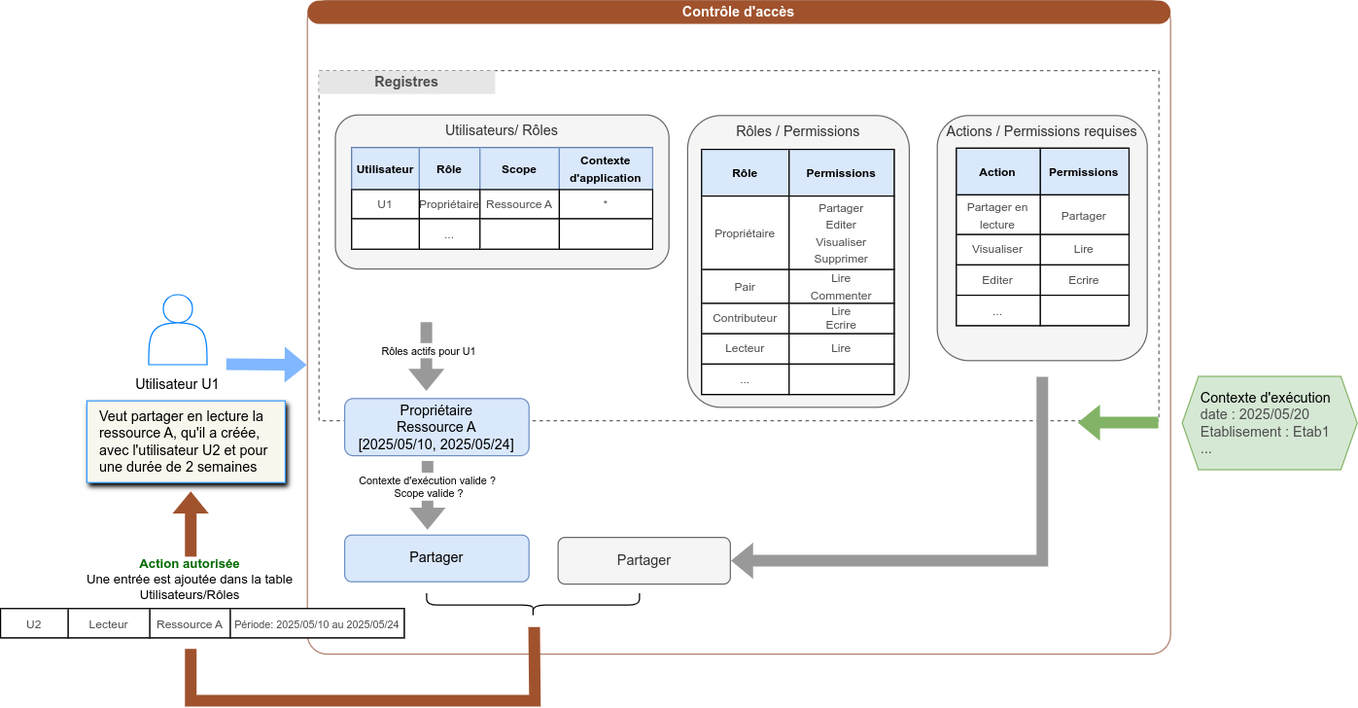
avenirs-esr/dev-doc keeps this draw.io diagram as assets/images/architecture-security-rbac-ex.png. Above is the earlier version. Source tidied: cells renumbered, new cells last; positions are measured from the earlier drawing's top-left corner, leaving out a move shared by most shapes.
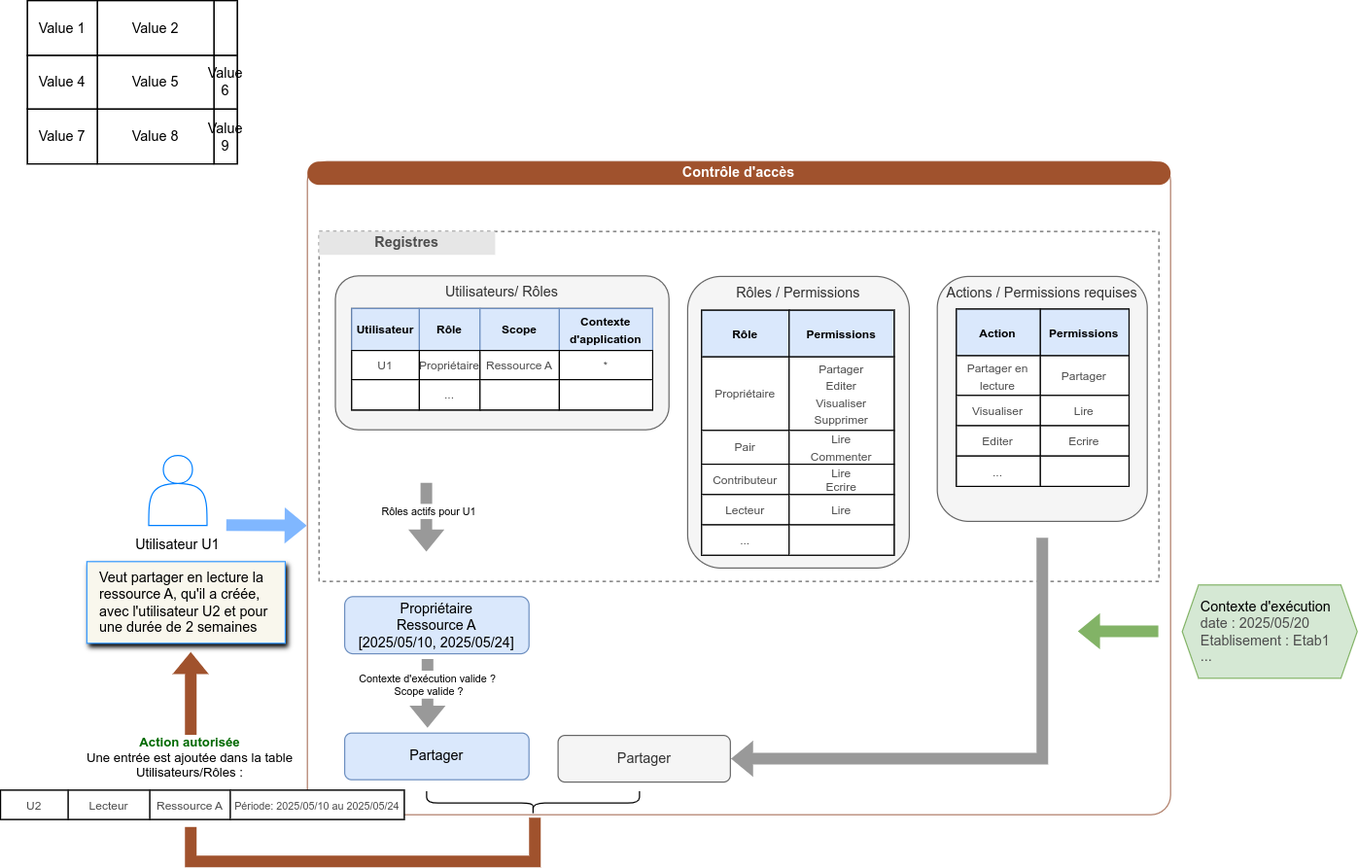
After the commit.

Commit message:
feat: start of user action list

The edit, as a diff of the source:
```diff
@@ -39,28 +39,28 @@
       <mxGeometry x="-0.2" y="1" relative="1" as="geometry" />
     </mxCell>
     <mxCell id="13" value="&lt;div style=&quot;&quot;&gt;Propriétaire&lt;br&gt;Ressource A&lt;br&gt;[2025/05/10, 2025/05/24]&lt;/div&gt;" style="rounded=1;whiteSpace=wrap;fillColor=#dae8fc;strokeColor=#6c8ebf;html=1;verticalAlign=middle;align=center;" parent="6" vertex="1">
-      <mxGeometry x="32" y="321" width="158" height="49" as="geometry" />
+      <mxGeometry x="32" y="353" width="158" height="49" as="geometry" />
     </mxCell>
     <mxCell id="14" value="&lt;div style=&quot;&quot;&gt;&lt;span style=&quot;background-color: initial;&quot;&gt;Partager&lt;/span&gt;&lt;br&gt;&lt;/div&gt;" style="rounded=1;whiteSpace=wrap;fillColor=#dae8fc;strokeColor=#6c8ebf;html=1;verticalAlign=middle;align=center;" parent="6" vertex="1">
-      <mxGeometry x="32" y="438" width="158" height="40" as="geometry" />
+      <mxGeometry x="32" y="470" width="158" height="40" as="geometry" />
     </mxCell>
     <mxCell id="15" style="shape=flexArrow;endArrow=classic;html=1;rounded=0;entryX=1;entryY=0.5;entryDx=0;entryDy=0;fillColor=#999999;strokeColor=none;" parent="6" edge="1" target="16">
       <mxGeometry relative="1" as="geometry">
         <mxPoint x="630" y="302" as="sourcePoint" />
         <Array as="points">
-          <mxPoint x="630" y="460" />
+          <mxPoint x="630" y="492" />
         </Array>
       </mxGeometry>
     </mxCell>
     <mxCell id="16" value="&lt;div style=&quot;&quot;&gt;&lt;span style=&quot;background-color: initial;&quot;&gt;Partager&lt;/span&gt;&lt;br&gt;&lt;/div&gt;" style="rounded=1;whiteSpace=wrap;fillColor=#f5f5f5;strokeColor=#666666;html=1;verticalAlign=middle;align=center;fontColor=#333333;" parent="6" vertex="1">
-      <mxGeometry x="214.9" y="440" width="147.7" height="40" as="geometry" />
+      <mxGeometry x="214.9" y="472" width="147.7" height="40" as="geometry" />
     </mxCell>
     <mxCell id="17" style="shape=curlyBracket;whiteSpace=wrap;html=1;rounded=1;flipH=1;labelPosition=right;verticalLabelPosition=middle;align=left;verticalAlign=middle;rotation=90;" parent="6" vertex="1">
-      <mxGeometry x="183.4" y="406.8" width="20" height="182.5" as="geometry" />
+      <mxGeometry x="183.4" y="438.8" width="20" height="182.5" as="geometry" />
     </mxCell>
     <mxCell id="18" style="shape=flexArrow;endArrow=classic;html=1;rounded=0;fillColor=#A0522D;strokeColor=none;" parent="6" edge="1">
       <mxGeometry relative="1" as="geometry">
-        <mxPoint x="194.5" y="516.2" as="sourcePoint" />
+        <mxPoint x="195" y="542" as="sourcePoint" />
         <mxPoint x="-100" y="400" as="targetPoint" />
         <Array as="points">
           <mxPoint x="195" y="580" />
@@ -68,9 +68,9 @@
         </Array>
       </mxGeometry>
     </mxCell>
-    <mxCell id="19" value="&lt;b&gt;&lt;font color=&quot;#006900&quot;&gt;Action autorisée&lt;/font&gt;&lt;/b&gt;&lt;br&gt;Une entrée est ajoutée dans la table &lt;br&gt;Utilisateurs/Rôles&lt;div&gt;&lt;br&gt;&lt;/div&gt;&lt;div&gt;&lt;br&gt;&lt;/div&gt;&lt;div&gt;&lt;br&gt;&lt;/div&gt;" style="edgeLabel;html=1;align=center;verticalAlign=middle;" parent="18" vertex="1">
+    <mxCell id="19" value="&lt;b&gt;&lt;font color=&quot;#006900&quot;&gt;Action autorisée&lt;/font&gt;&lt;/b&gt;&lt;br&gt;Une entrée est ajoutée dans la table &lt;br&gt;Utilisateurs/Rôles :&lt;div&gt;&lt;br&gt;&lt;/div&gt;&lt;div&gt;&lt;br&gt;&lt;/div&gt;&lt;div&gt;&lt;br&gt;&lt;/div&gt;" style="edgeLabel;html=1;align=center;verticalAlign=middle;" parent="18" vertex="1">
       <mxGeometry x="0.82" y="2" relative="1" as="geometry">
-        <mxPoint y="47" as="offset" />
+        <mxPoint y="63" as="offset" />
       </mxGeometry>
     </mxCell>
     <mxCell id="20" value="Utilisateurs/ Rôles" style="rounded=1;whiteSpace=wrap;fillColor=#f5f5f5;fontColor=#333333;strokeColor=#666666;html=1;verticalAlign=top;" parent="6" vertex="1">
@@ -78,8 +78,8 @@
     </mxCell>
     <mxCell id="21" style="shape=flexArrow;endArrow=classic;html=1;rounded=0;fillColor=#999999;strokeColor=none;" parent="6" edge="1">
       <mxGeometry relative="1" as="geometry">
-        <mxPoint x="103" y="374" as="sourcePoint" />
-        <mxPoint x="103" y="434" as="targetPoint" />
+        <mxPoint x="103" y="406" as="sourcePoint" />
+        <mxPoint x="103" y="466" as="targetPoint" />
       </mxGeometry>
     </mxCell>
     <mxCell id="22" value="&lt;font style=&quot;font-size: 9px;&quot;&gt;Contexte d'exécution valide ?&amp;nbsp;&lt;/font&gt;&lt;div style=&quot;font-size: 9px;&quot;&gt;&lt;font style=&quot;font-size: 9px;&quot;&gt;Scope valide ?&lt;/font&gt;&lt;/div&gt;" style="edgeLabel;html=1;align=center;verticalAlign=middle;" parent="21" vertex="1">
@@ -261,17 +261,56 @@
         <mxPoint x="263" y="312.2" as="targetPoint" />
       </mxGeometry>
     </mxCell>
+    <mxCell id="88" style="shadow=0;fillColor=none;" parent="1" vertex="1">
+      <mxGeometry x="23" y="-138" width="180" height="140" as="geometry" />
+    </mxCell>
+    <mxCell id="89" style="shape=tableRow;horizontal=0;startSize=0;swimlaneHead=0;swimlaneBody=0;top=0;left=0;bottom=0;right=0;fontStyle=0;fillColor=none;strokeColor=inherit;" parent="88" vertex="1">
+      <mxGeometry width="180" height="47" as="geometry" />
+    </mxCell>
+    <mxCell id="90" value="Value 1" style="strokeColor=inherit;fillColor=none;align=center;whiteSpace=wrap;html=1;" parent="89" vertex="1">
+      <mxGeometry width="60" height="47" as="geometry" />
+    </mxCell>
+    <mxCell id="91" value="Value 2" style="strokeColor=inherit;fillColor=none;align=center;whiteSpace=wrap;html=1;" parent="89" vertex="1">
+      <mxGeometry x="60" width="100" height="47" as="geometry" />
+    </mxCell>
+    <mxCell id="92" style="strokeColor=inherit;fillColor=none;align=center;whiteSpace=wrap;html=1;" parent="89" vertex="1">
+      <mxGeometry x="160" width="20" height="47" as="geometry" />
+    </mxCell>
+    <mxCell id="93" style="shape=tableRow;horizontal=0;startSize=0;swimlaneHead=0;swimlaneBody=0;top=0;left=0;bottom=0;right=0;fontStyle=0;fillColor=none;strokeColor=inherit;" parent="88" vertex="1">
+      <mxGeometry y="47" width="180" height="46" as="geometry" />
+    </mxCell>
+    <mxCell id="94" value="Value 4" style="strokeColor=inherit;fillColor=none;align=center;whiteSpace=wrap;html=1;" parent="93" vertex="1">
+      <mxGeometry width="60" height="46" as="geometry" />
+    </mxCell>
+    <mxCell id="95" value="Value 5" style="strokeColor=inherit;fillColor=none;align=center;whiteSpace=wrap;html=1;" parent="93" vertex="1">
+      <mxGeometry x="60" width="100" height="46" as="geometry" />
+    </mxCell>
+    <mxCell id="96" value="Value 6" style="strokeColor=inherit;fillColor=none;align=center;whiteSpace=wrap;html=1;" parent="93" vertex="1">
+      <mxGeometry x="160" width="20" height="46" as="geometry" />
+    </mxCell>
+    <mxCell id="97" style="shape=tableRow;horizontal=0;startSize=0;swimlaneHead=0;swimlaneBody=0;top=0;left=0;bottom=0;right=0;fontStyle=0;fillColor=none;strokeColor=inherit;" parent="88" vertex="1">
+      <mxGeometry y="93" width="180" height="47" as="geometry" />
+    </mxCell>
+    <mxCell id="98" value="Value 7" style="strokeColor=inherit;fillColor=none;align=center;whiteSpace=wrap;html=1;" parent="97" vertex="1">
+      <mxGeometry width="60" height="47" as="geometry" />
+    </mxCell>
+    <mxCell id="99" value="Value 8" style="strokeColor=inherit;fillColor=none;align=center;whiteSpace=wrap;html=1;" parent="97" vertex="1">
+      <mxGeometry x="60" width="100" height="47" as="geometry" />
+    </mxCell>
+    <mxCell id="100" value="Value 9" style="strokeColor=inherit;fillColor=none;align=center;whiteSpace=wrap;html=1;" parent="97" vertex="1">
+      <mxGeometry x="160" width="20" height="47" as="geometry" />
+    </mxCell>
     <mxCell id="80" style="shape=flexArrow;endArrow=classic;html=1;rounded=0;fillColor=#82B366;strokeColor=none;" parent="1" edge="1">
       <mxGeometry relative="1" as="geometry">
-        <mxPoint x="993" y="361.7" as="sourcePoint" />
-        <mxPoint x="923" y="361.7" as="targetPoint" />
+        <mxPoint x="993" y="402.7" as="sourcePoint" />
+        <mxPoint x="923" y="402.7" as="targetPoint" />
       </mxGeometry>
     </mxCell>
     <mxCell id="81" value="Contexte d'exécution &lt;br&gt;&lt;font color=&quot;#4d4d4d&quot;&gt;date : 2025/05/20&lt;/font&gt;&lt;div&gt;&lt;font color=&quot;#4d4d4d&quot;&gt;Etablisement : Etab1&lt;br&gt;...&lt;/font&gt;&lt;/div&gt;" style="shape=hexagon;perimeter=hexagonPerimeter2;whiteSpace=wrap;html=1;fixedSize=1;fillColor=#d5e8d4;strokeColor=#82b366;size=14.000000000000227;align=left;spacingLeft=14;" parent="1" vertex="1">
-      <mxGeometry x="1013" y="322" width="150" height="80" as="geometry" />
+      <mxGeometry x="1013" y="363" width="150" height="80" as="geometry" />
     </mxCell>
     <mxCell id="82" style="shadow=0;fillColor=none;" parent="1" vertex="1">
-      <mxGeometry y="521" width="346" height="25" as="geometry" />
+      <mxGeometry y="539" width="346" height="25" as="geometry" />
     </mxCell>
     <mxCell id="83" style="shape=tableRow;horizontal=0;startSize=0;swimlaneHead=0;swimlaneBody=0;top=0;left=0;bottom=0;right=0;fontStyle=0;fillColor=none;strokeColor=inherit;" parent="82" vertex="1">
       <mxGeometry width="346" height="25" as="geometry" />
```
